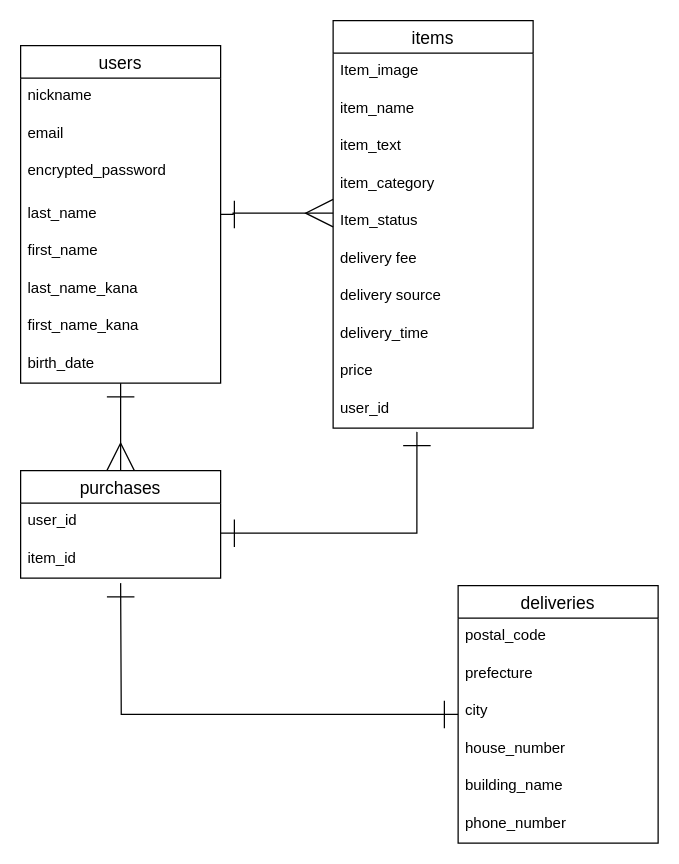
Earlier version of the draw.io diagram ER.dio (polly0296/furima-36237). Source tidied: cells renumbered, new cells numbered last; positions are measured from the earlier drawing's top-left corner, leaving out a move shared by most shapes. Both pictures are drawn from the tidied source at 125%, with x=0, y=0 at pixel (20, 20).
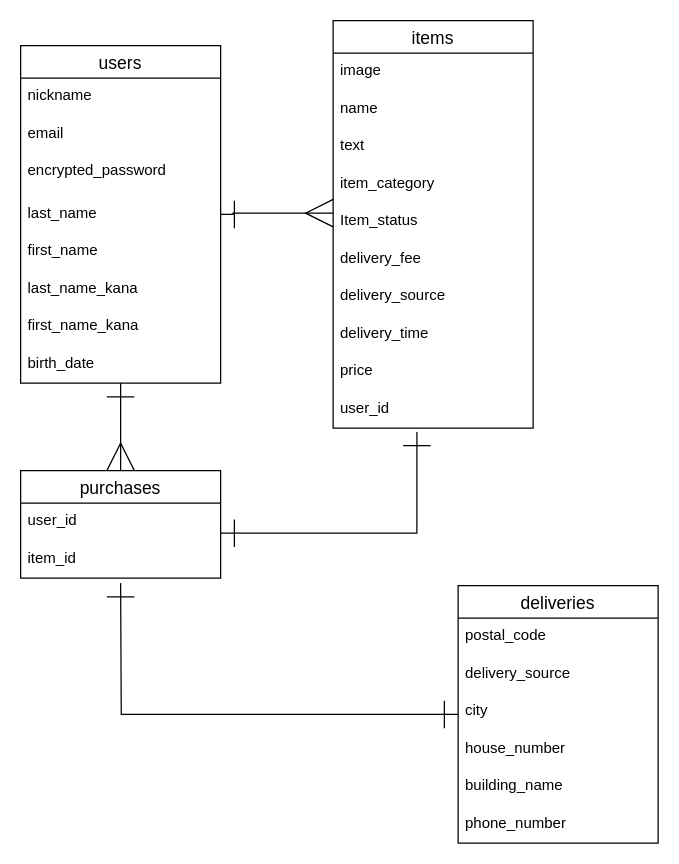
The same diagram, later.

Unchanged cells that the change refers to:
```xml
<mxCell id="12" value="items" style="swimlane;fontStyle=0;horizontal=1;startSize=26;align=center;fontSize=14;" parent="1" vertex="1">
  <mxGeometry x="250" width="160" height="326" as="geometry" />
</mxCell>
<mxCell id="28" value="deliveries" style="swimlane;fontStyle=0;horizontal=1;startSize=26;align=center;fontSize=14;" parent="1" vertex="1">
  <mxGeometry x="350" y="452" width="160" height="206" as="geometry" />
</mxCell>
```

Diff of the diagram source:
```diff
@@
-    <mxCell id="13" value="Item_image" style="text;strokeColor=none;fillColor=none;spacingLeft=4;spacingRight=4;overflow=hidden;fontSize=12;verticalAlign=top;" parent="12" vertex="1">
+    <mxCell id="13" value="image" style="text;strokeColor=none;fillColor=none;spacingLeft=4;spacingRight=4;overflow=hidden;fontSize=12;verticalAlign=top;" parent="12" vertex="1">
       <mxGeometry y="26" width="160" height="30" as="geometry" />
     </mxCell>
-    <mxCell id="14" value="item_name" style="text;strokeColor=none;fillColor=none;spacingLeft=4;spacingRight=4;overflow=hidden;fontSize=12;" parent="12" vertex="1">
+    <mxCell id="14" value="name" style="text;strokeColor=none;fillColor=none;spacingLeft=4;spacingRight=4;overflow=hidden;fontSize=12;" parent="12" vertex="1">
       <mxGeometry y="56" width="160" height="30" as="geometry" />
     </mxCell>
-    <mxCell id="15" value="item_text" style="text;strokeColor=none;fillColor=none;spacingLeft=4;spacingRight=4;overflow=hidden;fontSize=12;verticalAlign=top;" parent="12" vertex="1">
+    <mxCell id="15" value="text" style="text;strokeColor=none;fillColor=none;spacingLeft=4;spacingRight=4;overflow=hidden;fontSize=12;verticalAlign=top;" parent="12" vertex="1">
       <mxGeometry y="86" width="160" height="30" as="geometry" />
     </mxCell>
@@
-    <mxCell id="18" value="delivery fee" style="text;strokeColor=none;fillColor=none;spacingLeft=4;spacingRight=4;overflow=hidden;fontSize=12;verticalAlign=top;" parent="12" vertex="1">
+    <mxCell id="18" value="delivery_fee" style="text;strokeColor=none;fillColor=none;spacingLeft=4;spacingRight=4;overflow=hidden;fontSize=12;verticalAlign=top;" parent="12" vertex="1">
       <mxGeometry y="176" width="160" height="30" as="geometry" />
     </mxCell>
-    <mxCell id="19" value="delivery source" style="text;strokeColor=none;fillColor=none;spacingLeft=4;spacingRight=4;overflow=hidden;fontSize=12;verticalAlign=top;" parent="12" vertex="1">
+    <mxCell id="19" value="delivery_source" style="text;strokeColor=none;fillColor=none;spacingLeft=4;spacingRight=4;overflow=hidden;fontSize=12;verticalAlign=top;" parent="12" vertex="1">
       <mxGeometry y="206" width="160" height="30" as="geometry" />
     </mxCell>
@@
-    <mxCell id="30" value="prefecture" style="text;strokeColor=none;fillColor=none;spacingLeft=4;spacingRight=4;overflow=hidden;fontSize=12;" parent="28" vertex="1">
+    <mxCell id="30" value="delivery_source" style="text;strokeColor=none;fillColor=none;spacingLeft=4;spacingRight=4;overflow=hidden;fontSize=12;" parent="28" vertex="1">
       <mxGeometry y="56" width="160" height="30" as="geometry" />
     </mxCell>
```
